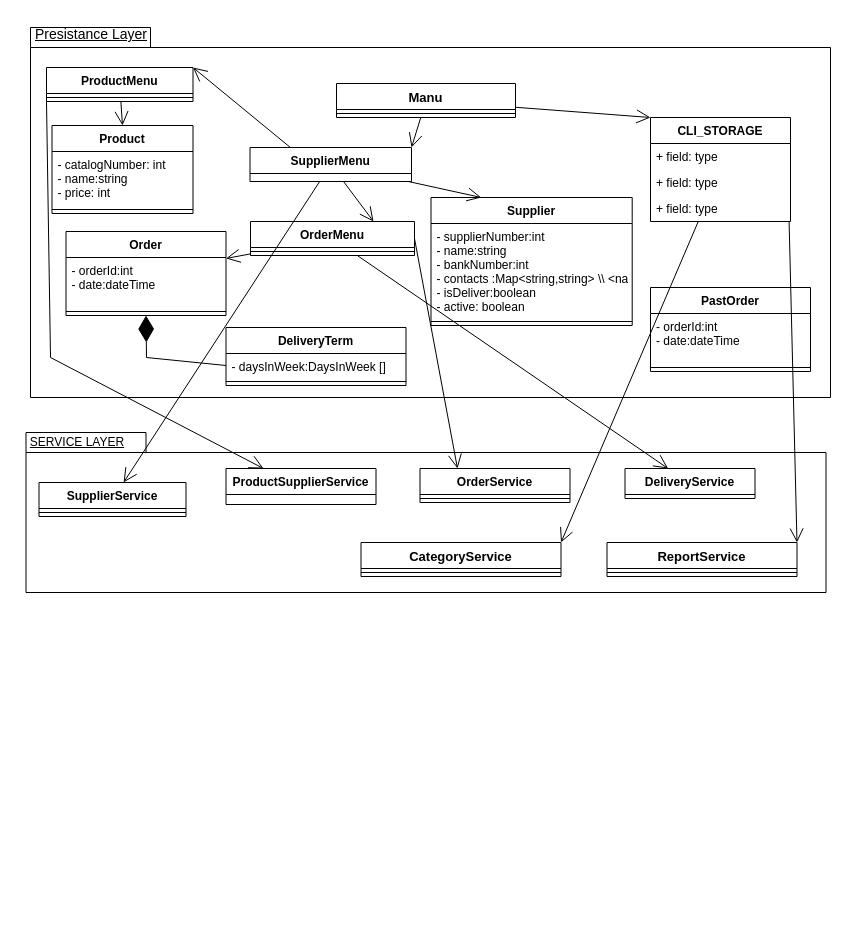
Above: page 2 of 4 of docs/classDiagramCombined.drawio in Naveavra/Market (draw.io), before the change. Source tidied: cells renumbered, new cells numbered last; positions are measured from the earlier drawing's top-left corner, leaving out a move shared by most shapes. Both pictures are drawn from the tidied source at 100%, with x=0, y=0 at pixel (17, 19).
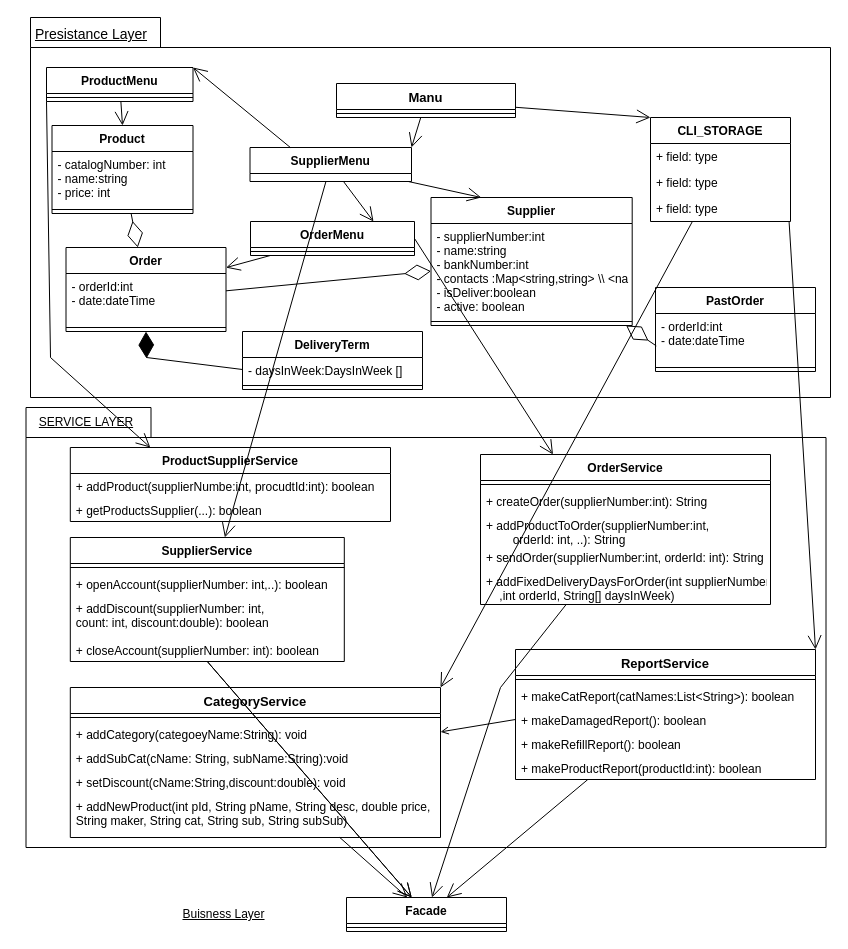
The same diagram, later.

The change refers to these unchanged cells:
```xml
<mxCell id="18" value="OrderMenu" style="swimlane;fontStyle=1;align=center;verticalAlign=top;horizontal=1;startSize=26;" parent="1" vertex="1">
  <mxGeometry x="233" y="202" width="164" height="34" as="geometry" />
</mxCell>
<mxCell id="23" value="Supplier" style="swimlane;fontStyle=1;align=center;verticalAlign=top;horizontal=1;startSize=26;" parent="1" vertex="1">
  <mxGeometry x="413.5" y="178" width="201.2" height="128" as="geometry" />
</mxCell>
<mxCell id="26" value="Product" style="swimlane;fontStyle=1;align=center;verticalAlign=top;horizontal=1;startSize=26;" parent="1" vertex="1">
  <mxGeometry x="34.5" y="106" width="141" height="88" as="geometry" />
</mxCell>
<mxCell id="30" value="- orderId:int&#10;- date:dateTime" style="text;strokeColor=none;fillColor=none;align=left;verticalAlign=top;spacingLeft=4;spacingRight=4;overflow=hidden;points=[[0,0.5],[1,0.5]];portConstraint=eastwest;" parent="29" vertex="1">
  <mxGeometry y="26" width="160" height="50" as="geometry" />
</mxCell>
<mxCell id="47" value="- orderId:int&#10;- date:dateTime" style="text;strokeColor=none;fillColor=none;align=left;verticalAlign=top;spacingLeft=4;spacingRight=4;overflow=hidden;points=[[0,0.5],[1,0.5]];portConstraint=eastwest;" parent="46" vertex="1">
  <mxGeometry y="26" width="160" height="50" as="geometry" />
</mxCell>
```

What changed in the source:
```diff
@@
-    <mxCell id="2" style="shape=folder;fontStyle=1;spacingTop=10;tabWidth=120;tabHeight=20;tabPosition=left;html=1;" parent="1" vertex="1">
-      <mxGeometry x="8.5" y="413" width="800" height="160" as="geometry" />
+    <mxCell id="2" style="shape=folder;fontStyle=1;spacingTop=10;tabWidth=125;tabHeight=30;tabPosition=left;html=1;" parent="1" vertex="1">
+      <mxGeometry x="8.5" y="388" width="800" height="440" as="geometry" />
     </mxCell>
     <mxCell id="3" value="ReportService" style="swimlane;fontStyle=1;align=center;verticalAlign=top;horizontal=1;startSize=26;fontSize=13;" parent="1" vertex="1">
-      <mxGeometry x="589.5" y="523" width="190" height="34" as="geometry" />
+      <mxGeometry x="498" y="630" width="300" height="130" as="geometry" />
     </mxCell>
     <mxCell id="4" style="line;strokeWidth=1;fillColor=none;align=left;verticalAlign=middle;spacingTop=-1;spacingLeft=3;spacingRight=3;labelPosition=right;fontSize=13;" parent="3" vertex="1">
-      <mxGeometry y="26" width="190" height="8" as="geometry" />
+      <mxGeometry y="26" width="300" height="8" as="geometry" />
     </mxCell>
+    <mxCell id="56" value="+ makeCatReport(catNames:List&lt;String&gt;): boolean" style="text;strokeColor=none;fillColor=none;align=left;verticalAlign=top;spacingLeft=4;spacingRight=4;overflow=hidden;fontFamily=Helvetica;" parent="3" vertex="1">
+      <mxGeometry y="34" width="300" height="24" as="geometry" />
+    </mxCell>
+    <mxCell id="57" value="+ makeDamagedReport(): boolean" style="text;strokeColor=none;fillColor=none;align=left;verticalAlign=top;spacingLeft=4;spacingRight=4;overflow=hidden;points=[[0,0.5],[1,0.5]];portConstraint=eastwest;fontFamily=Helvetica;" parent="3" vertex="1">
+      <mxGeometry y="58" width="300" height="24" as="geometry" />
+    </mxCell>
+    <mxCell id="58" value="+ makeRefillReport(): boolean" style="text;strokeColor=none;fillColor=none;align=left;verticalAlign=top;spacingLeft=4;spacingRight=4;overflow=hidden;fontFamily=Helvetica;" parent="3" vertex="1">
+      <mxGeometry y="82" width="300" height="24" as="geometry" />
+    </mxCell>
+    <mxCell id="59" value="+ makeProductReport(productId:int): boolean" style="text;strokeColor=none;fillColor=none;align=left;verticalAlign=top;spacingLeft=4;spacingRight=4;overflow=hidden;fontFamily=Helvetica;" parent="3" vertex="1">
+      <mxGeometry y="106" width="300" height="24" as="geometry" />
+    </mxCell>
     <mxCell id="5" value="CategoryService" style="swimlane;fontStyle=1;align=center;verticalAlign=top;horizontal=1;startSize=26;fontSize=13;" parent="1" vertex="1">
-      <mxGeometry x="343.5" y="523" width="200" height="34" as="geometry" />
+      <mxGeometry x="52.8" y="668" width="370.2" height="150" as="geometry" />
     </mxCell>
     <mxCell id="6" style="line;strokeWidth=1;fillColor=none;align=left;verticalAlign=middle;spacingTop=-1;spacingLeft=3;spacingRight=3;labelPosition=right;fontSize=13;" parent="5" vertex="1">
-      <mxGeometry y="26" width="200" height="8" as="geometry" />
+      <mxGeometry y="26" width="370.2" height="8" as="geometry" />
     </mxCell>
-    <mxCell id="7" value="SupplierService" style="swimlane;fontStyle=1;align=center;verticalAlign=top;horizontal=1;startSize=26;" parent="1" vertex="1">
-      <mxGeometry x="21.5" y="463" width="147" height="34" as="geometry" />
-    </mxCell>
-    <mxCell id="8" style="line;strokeWidth=1;fillColor=none;align=left;verticalAlign=middle;spacingTop=-1;spacingLeft=3;spacingRight=3;labelPosition=right;" parent="7" vertex="1">
-      <mxGeometry y="26" width="147" height="8" as="geometry" />
-    </mxCell>
+    <mxCell id="60" value="+ addCategory(categoeyName:String): void" style="text;strokeColor=none;fillColor=none;align=left;verticalAlign=top;spacingLeft=4;spacingRight=4;overflow=hidden;" parent="5" vertex="1">
+      <mxGeometry y="34" width="370.2" height="24" as="geometry" />
+    </mxCell>
+    <mxCell id="61" value="+ addSubCat(cName: String, subName:String):void" style="text;strokeColor=none;fillColor=none;align=left;verticalAlign=top;spacingLeft=4;spacingRight=4;overflow=hidden;fontFamily=Helvetica;" parent="5" vertex="1">
+      <mxGeometry y="58" width="370.2" height="24" as="geometry" />
+    </mxCell>
+    <mxCell id="62" value="+ setDiscount(cName:String,discount:double): void" style="text;strokeColor=none;fillColor=none;align=left;verticalAlign=top;spacingLeft=4;spacingRight=4;overflow=hidden;" parent="5" vertex="1">
+      <mxGeometry y="82" width="370.2" height="24" as="geometry" />
+    </mxCell>
+    <mxCell id="63" value="+ addNewProduct(int pId, String pName, String desc, double price,&#10;                          String maker, String cat, String sub, String subSub)" style="text;strokeColor=none;fillColor=none;align=left;verticalAlign=top;spacingLeft=4;spacingRight=4;overflow=hidden;fontFamily=Helvetica;" parent="5" vertex="1">
+      <mxGeometry y="106" width="370.2" height="44" as="geometry" />
+    </mxCell>
     <mxCell id="9" value="ProductSupplierService" style="swimlane;fontStyle=1;align=center;verticalAlign=top;horizontal=1;startSize=26;" parent="1" vertex="1">
-      <mxGeometry x="208.5" y="449" width="150" height="36" as="geometry" />
+      <mxGeometry x="52.8" y="428" width="320.2" height="74" as="geometry" />
     </mxCell>
+    <mxCell id="64" value="+ addProduct(supplierNumbe:int, procudtId:int): boolean" style="text;strokeColor=none;fillColor=none;align=left;verticalAlign=top;spacingLeft=4;spacingRight=4;overflow=hidden;" parent="9" vertex="1">
+      <mxGeometry y="26" width="320.2" height="24" as="geometry" />
+    </mxCell>
+    <mxCell id="65" value="+ getProductsSupplier(...): boolean" style="text;strokeColor=none;fillColor=none;align=left;verticalAlign=top;spacingLeft=4;spacingRight=4;overflow=hidden;" parent="9" vertex="1">
+      <mxGeometry y="50" width="320.2" height="24" as="geometry" />
+    </mxCell>
     <mxCell id="10" value="OrderService" style="swimlane;fontStyle=1;align=center;verticalAlign=top;horizontal=1;startSize=26;" parent="1" vertex="1">
-      <mxGeometry x="402.5" y="449" width="150" height="34" as="geometry" />
+      <mxGeometry x="463" y="435" width="290" height="150" as="geometry" />
     </mxCell>
     <mxCell id="11" style="line;strokeWidth=1;fillColor=none;align=left;verticalAlign=middle;spacingTop=-1;spacingLeft=3;spacingRight=3;labelPosition=right;" parent="10" vertex="1">
-      <mxGeometry y="26" width="150" height="8" as="geometry" />
+      <mxGeometry y="26" width="290" height="8" as="geometry" />
     </mxCell>
-    <mxCell id="12" value="DeliveryService" style="swimlane;fontStyle=1;horizontal=1;startSize=26;fillColor=none;" parent="1" vertex="1">
-      <mxGeometry x="607.5" y="449" width="130" height="30" as="geometry" />
-    </mxCell>
+    <mxCell id="66" value="+ createOrder(supplierNumber:int): String" style="text;strokeColor=none;fillColor=none;align=left;verticalAlign=top;spacingLeft=4;spacingRight=4;overflow=hidden;" parent="10" vertex="1">
+      <mxGeometry y="34" width="290" height="24" as="geometry" />
+    </mxCell>
+    <mxCell id="67" value="+ addProductToOrder(supplierNumber:int,&#10;        orderId: int, ..): String" style="text;strokeColor=none;fillColor=none;align=left;verticalAlign=top;spacingLeft=4;spacingRight=4;overflow=hidden;" parent="10" vertex="1">
+      <mxGeometry y="58" width="290" height="32" as="geometry" />
+    </mxCell>
+    <mxCell id="68" value="+ sendOrder(supplierNumber:int, orderId: int): String" style="text;strokeColor=none;fillColor=none;align=left;verticalAlign=top;spacingLeft=4;spacingRight=4;overflow=hidden;" parent="10" vertex="1">
+      <mxGeometry y="90" width="290" height="24" as="geometry" />
+    </mxCell>
+    <mxCell id="69" value="+ addFixedDeliveryDaysForOrder(int supplierNumber&#10;    ,int orderId, String[] daysInWeek)" style="text;strokeColor=none;fillColor=none;align=left;verticalAlign=top;spacingLeft=4;spacingRight=4;overflow=hidden;fontFamily=Helvetica;" parent="10" vertex="1">
+      <mxGeometry y="114" width="290" height="36" as="geometry" />
+    </mxCell>
     <mxCell id="13" value="&lt;span style=&quot;text-align: left; text-decoration-line: underline;&quot;&gt;SERVICE LAYER&lt;/span&gt;" style="text;html=1;strokeColor=none;fillColor=none;align=center;verticalAlign=middle;whiteSpace=wrap;rounded=0;fontSize=12;" parent="1" vertex="1">
-      <mxGeometry y="408" width="120" height="30" as="geometry" />
+      <mxGeometry x="8.5" y="388" width="120" height="30" as="geometry" />
     </mxCell>
-    <mxCell id="14" style="shape=folder;fontStyle=1;spacingTop=10;tabWidth=120;tabHeight=20;tabPosition=left;html=1;fontSize=12;" parent="1" vertex="1">
-      <mxGeometry x="13" y="8" width="800" height="370" as="geometry" />
+    <mxCell id="14" style="shape=folder;fontStyle=1;spacingTop=10;tabWidth=130;tabHeight=30;tabPosition=left;html=1;fontSize=12;" parent="1" vertex="1">
+      <mxGeometry x="13" y="-2" width="800" height="380" as="geometry" />
     </mxCell>
@@
     <mxCell id="29" value="Order" style="swimlane;fontStyle=1;align=center;verticalAlign=top;horizontal=1;startSize=26;" parent="1" vertex="1">
-      <mxGeometry x="48.5" y="212" width="160" height="84" as="geometry" />
+      <mxGeometry x="48.5" y="228" width="160" height="84" as="geometry" />
     </mxCell>
@@
     <mxCell id="36" value="DeliveryTerm" style="swimlane;fontStyle=1;align=center;verticalAlign=top;horizontal=1;startSize=26;" parent="1" vertex="1">
-      <mxGeometry x="208.5" y="308" width="180" height="58" as="geometry" />
+      <mxGeometry x="225" y="312" width="180" height="58" as="geometry" />
     </mxCell>
@@
     <mxCell id="46" value="PastOrder" style="swimlane;fontStyle=1;align=center;verticalAlign=top;horizontal=1;startSize=26;" parent="1" vertex="1">
-      <mxGeometry x="633" y="268" width="160" height="84" as="geometry" />
+      <mxGeometry x="638" y="268" width="160" height="84" as="geometry" />
     </mxCell>
@@
-    <mxCell id="55" style="endArrow=open;endFill=1;endSize=12;html=1;rounded=0;" parent="1" edge="1" source="18" target="12">
-      <mxGeometry relative="1" as="geometry" />
-    </mxCell>
+    <mxCell id="70" value="&lt;u&gt;Buisness Layer&lt;/u&gt;" style="text;html=1;strokeColor=none;fillColor=none;align=center;verticalAlign=middle;whiteSpace=wrap;rounded=0;fontSize=12;" parent="1" vertex="1">
+      <mxGeometry x="163" y="880" width="87" height="30" as="geometry" />
+    </mxCell>
+    <mxCell id="71" value="Facade" style="swimlane;fontStyle=1;align=center;verticalAlign=top;horizontal=1;startSize=26;fontSize=12;" parent="1" vertex="1">
+      <mxGeometry x="329" y="878" width="160" height="34" as="geometry" />
+    </mxCell>
+    <mxCell id="72" style="line;strokeWidth=1;fillColor=none;align=left;verticalAlign=middle;spacingTop=-1;spacingLeft=3;spacingRight=3;labelPosition=right;fontSize=12;" parent="71" vertex="1">
+      <mxGeometry y="26" width="160" height="8" as="geometry" />
+    </mxCell>
+    <mxCell id="73" style="endArrow=open;endFill=1;endSize=12;html=1;rounded=0;fontSize=12;" parent="1" edge="1" source="5" target="71">
+      <mxGeometry relative="1" as="geometry" />
+    </mxCell>
+    <mxCell id="74" style="endArrow=open;endFill=1;endSize=12;html=1;rounded=0;fontSize=12;exitX=0.5;exitY=1;exitDx=0;exitDy=0;startArrow=none;" parent="1" edge="1" source="7" target="71">
+      <mxGeometry relative="1" as="geometry" />
+    </mxCell>
+    <mxCell id="75" style="endArrow=open;endFill=1;endSize=12;html=1;rounded=0;fontSize=12;exitX=0.5;exitY=1;exitDx=0;exitDy=0;" parent="1" edge="1" source="7" target="71">
+      <mxGeometry relative="1" as="geometry" />
+    </mxCell>
+    <mxCell id="76" style="endArrow=open;endFill=1;endSize=12;html=1;rounded=0;fontSize=12;" parent="1" edge="1" source="3" target="71">
+      <mxGeometry relative="1" as="geometry" />
+    </mxCell>
+    <mxCell id="77" style="endArrow=open;endFill=1;endSize=12;html=1;rounded=0;fontSize=12;" parent="1" edge="1" source="10" target="71">
+      <mxGeometry relative="1" as="geometry">
+        <Array as="points">
+          <mxPoint x="483" y="668" />
+        </Array>
+      </mxGeometry>
+    </mxCell>
+    <mxCell id="7" value="SupplierService" style="swimlane;fontStyle=1;align=center;verticalAlign=top;horizontal=1;startSize=26;" parent="1" vertex="1">
+      <mxGeometry x="52.8" y="518" width="274" height="124" as="geometry" />
+    </mxCell>
+    <mxCell id="8" style="line;strokeWidth=1;fillColor=none;align=left;verticalAlign=middle;spacingTop=-1;spacingLeft=3;spacingRight=3;labelPosition=right;" parent="7" vertex="1">
+      <mxGeometry y="26" width="274" height="8" as="geometry" />
+    </mxCell>
+    <mxCell id="78" value="+ openAccount(supplierNumber: int,..): boolean" style="text;strokeColor=none;fillColor=none;align=left;verticalAlign=top;spacingLeft=4;spacingRight=4;overflow=hidden;" parent="7" vertex="1">
+      <mxGeometry y="34" width="274" height="24" as="geometry" />
+    </mxCell>
+    <mxCell id="79" value="+ addDiscount(supplierNumber: int,&#10;count: int, discount:double): boolean" style="text;strokeColor=none;fillColor=none;align=left;verticalAlign=top;spacingLeft=4;spacingRight=4;overflow=hidden;" parent="7" vertex="1">
+      <mxGeometry y="58" width="274" height="42" as="geometry" />
+    </mxCell>
+    <mxCell id="80" value="+ closeAccount(supplierNumber: int): boolean" style="text;strokeColor=none;fillColor=none;align=left;verticalAlign=top;spacingLeft=4;spacingRight=4;overflow=hidden;" parent="7" vertex="1">
+      <mxGeometry y="100" width="274" height="24" as="geometry" />
+    </mxCell>
+    <mxCell id="81" style="endArrow=open;html=1;rounded=0;fontFamily=Helvetica;strokeColor=#000000;exitX=0;exitY=0.5;exitDx=0;exitDy=0;endFill=0;" parent="1" edge="1" source="57" target="5">
+      <mxGeometry relative="1" as="geometry" />
+    </mxCell>
+    <mxCell id="82" style="endArrow=diamondThin;endFill=0;endSize=24;html=1;rounded=0;fontFamily=Helvetica;strokeColor=#000000;exitX=0.005;exitY=0.648;exitDx=0;exitDy=0;exitPerimeter=0;" parent="1" edge="1" source="47" target="23">
+      <mxGeometry relative="1" as="geometry" />
+    </mxCell>
+    <mxCell id="83" style="endArrow=diamondThin;endFill=0;endSize=24;html=1;rounded=0;fontFamily=Helvetica;strokeColor=#000000;" parent="1" edge="1" source="30" target="23">
+      <mxGeometry relative="1" as="geometry" />
+    </mxCell>
+    <mxCell id="84" style="endArrow=diamondThin;endFill=0;endSize=24;html=1;rounded=0;fontFamily=Helvetica;strokeColor=#000000;" parent="1" edge="1" source="26" target="29">
+      <mxGeometry relative="1" as="geometry" />
+    </mxCell>
```
